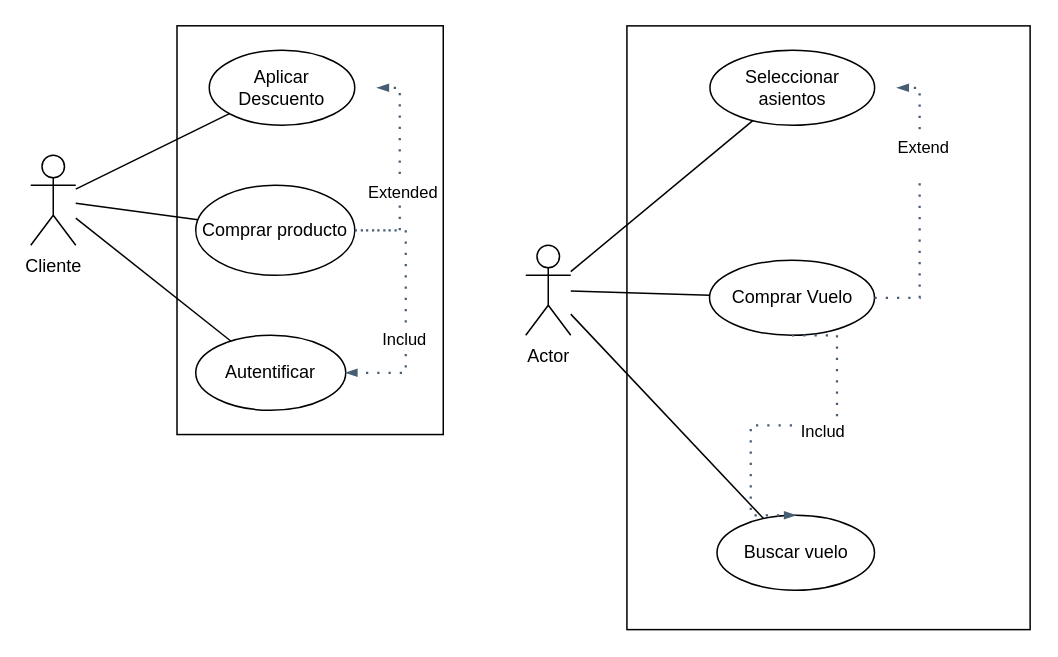
EmanuelFonseca2023/Wiki keeps this draw.io diagram as Diagrama sin título.drawio. Above is the earlier version. Source tidied: cells renumbered, new cells numbered last; positions are measured from the earlier drawing's top-left corner, leaving out a move shared by most shapes. Both pictures are drawn from the tidied source at 150%, with x=0, y=0 at pixel (30, 50).
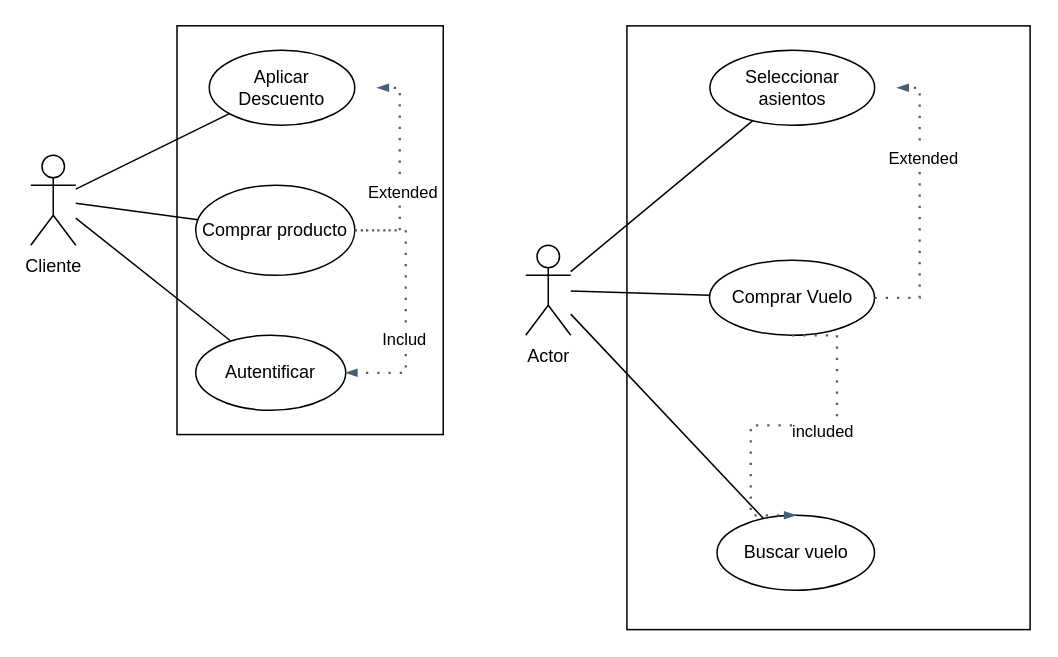
The same page after the edit.

Unchanged cells that the change refers to:
```xml
<mxCell id="22" style="endArrow=blockThin;html=1;strokeColor=#475E75;rounded=0;endFill=1;endSize=4;edgeStyle=entityRelationEdgeStyle;startArrow=none;startFill=0;startSize=4;jumpStyle=none;jumpSize=0;targetPerimeterSpacing=15;dashed=1;strokeWidth=1.5;dashPattern=1 4;entryX=0.5;entryY=0;entryDx=0;entryDy=0;exitX=0.5;exitY=1;exitDx=0;exitDy=0;" parent="1" edge="1" source="14" target="16">
  <mxGeometry relative="1" as="geometry">
    <Array as="points">
      <mxPoint x="590" y="180" />
    </Array>
  </mxGeometry>
</mxCell>
<mxCell id="24" style="endArrow=blockThin;html=1;strokeColor=#475E75;rounded=0;endFill=1;endSize=4;edgeStyle=entityRelationEdgeStyle;startArrow=none;startFill=0;startSize=4;jumpStyle=none;jumpSize=0;targetPerimeterSpacing=15;dashed=1;strokeWidth=1.5;dashPattern=1 4;" parent="1" edge="1" source="14" target="15">
  <mxGeometry relative="1" as="geometry" />
</mxCell>
```

The edit, as a diff of the source:
```diff
@@
-    <mxCell id="23" value="Includ" style="edgeLabel;html=1;align=center;verticalAlign=middle;" parent="22" vertex="1">
+    <mxCell id="23" value="included" style="edgeLabel;html=1;align=center;verticalAlign=middle;" parent="22" vertex="1">
       <mxGeometry x="-0.15" y="3" relative="1" as="geometry">
         <mxPoint x="1" as="offset" />
       </mxGeometry>
     </mxCell>
@@
-    <mxCell id="25" value="&lt;div&gt;Extend&lt;/div&gt;&lt;div&gt;&lt;br&gt;&lt;/div&gt;" style="edgeLabel;html=1;align=center;verticalAlign=middle;" parent="24" vertex="1">
+    <mxCell id="25" value="Extended" style="edgeLabel;html=1;align=center;verticalAlign=middle;" parent="24" vertex="1">
       <mxGeometry x="0.34" y="-2" relative="1" as="geometry" />
     </mxCell>
```
